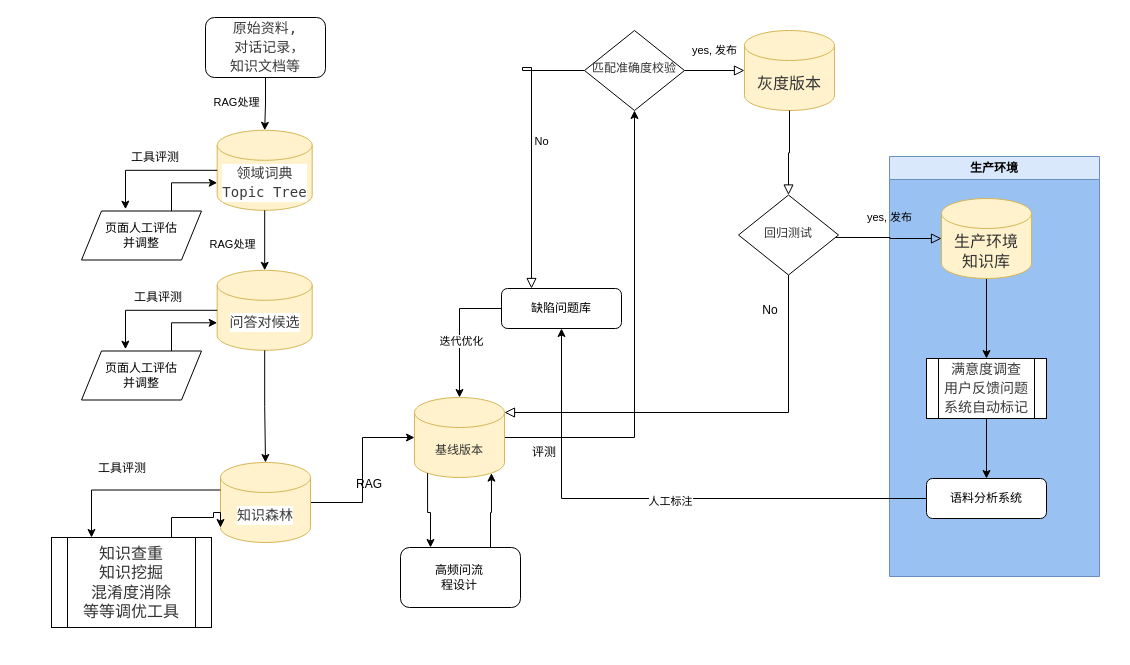
Before: corpus/corpus.drawio in top4s/drawio, a draw.io diagram. Source tidied: cells renumbered, new cells numbered last; positions are measured from the earlier drawing's top-left corner, leaving out a move shared by most shapes. Both pictures are drawn from the tidied source at 100%, with x=0, y=0 at pixel (51, 17).
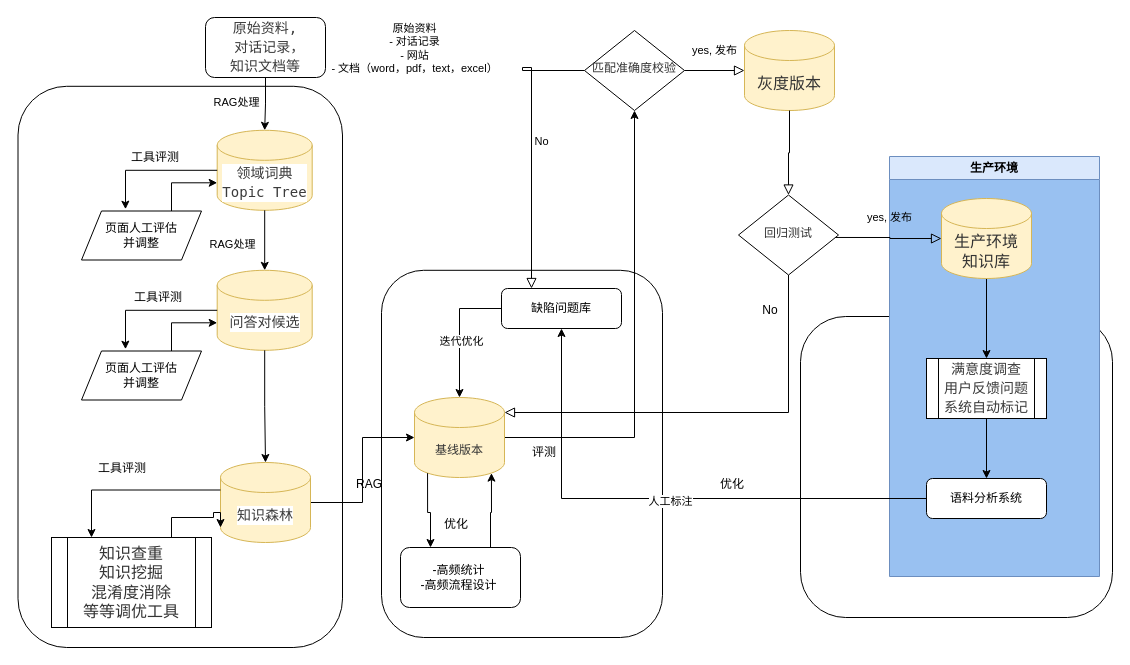
The same page after the edit.

Commit message:
会议时刘博修正版本

What changed in the source:
```diff
@@
+    <mxCell id="52" style="rounded=1;whiteSpace=wrap;html=1;" parent="1" vertex="1">
+      <mxGeometry x="749" y="299" width="312" height="301" as="geometry" />
+    </mxCell>
+    <mxCell id="53" style="rounded=1;whiteSpace=wrap;html=1;" parent="1" vertex="1">
+      <mxGeometry x="-33.5" y="68.8" width="324.5" height="561.2" as="geometry" />
+    </mxCell>
+    <mxCell id="54" style="rounded=1;whiteSpace=wrap;html=1;" parent="1" vertex="1">
+      <mxGeometry x="330" y="252.8" width="281" height="367.2" as="geometry" />
+    </mxCell>
@@
-    <mxCell id="48" value="高频问流程设计" style="text;html=1;align=center;verticalAlign=middle;whiteSpace=wrap;rounded=0;" parent="1" vertex="1">
-      <mxGeometry x="378" y="545" width="60" height="30" as="geometry" />
+    <mxCell id="48" value="-高频统计&lt;div&gt;-高频流程设计&lt;/div&gt;" style="text;html=1;align=center;verticalAlign=middle;whiteSpace=wrap;rounded=0;" parent="1" vertex="1">
+      <mxGeometry x="364" y="545" width="87" height="30" as="geometry" />
     </mxCell>
@@
+    <mxCell id="55" value="原始资料&lt;div&gt;- 对话记录&lt;div&gt;- 网站&lt;/div&gt;&lt;div&gt;- 文档（word，pdf，text，excel）&lt;/div&gt;&lt;/div&gt;" style="edgeLabel;html=1;align=center;verticalAlign=middle;" parent="1" vertex="1">
+      <mxGeometry x="337" y="30" as="geometry">
+        <mxPoint x="25" as="offset" />
+      </mxGeometry>
+    </mxCell>
+    <mxCell id="56" value="优化" style="text;html=1;align=center;verticalAlign=middle;whiteSpace=wrap;rounded=0;" parent="1" vertex="1">
+      <mxGeometry x="375" y="482" width="60" height="50" as="geometry" />
+    </mxCell>
+    <mxCell id="57" value="优化" style="text;html=1;align=center;verticalAlign=middle;whiteSpace=wrap;rounded=0;" parent="1" vertex="1">
+      <mxGeometry x="651" y="442" width="60" height="50" as="geometry" />
+    </mxCell>
```
